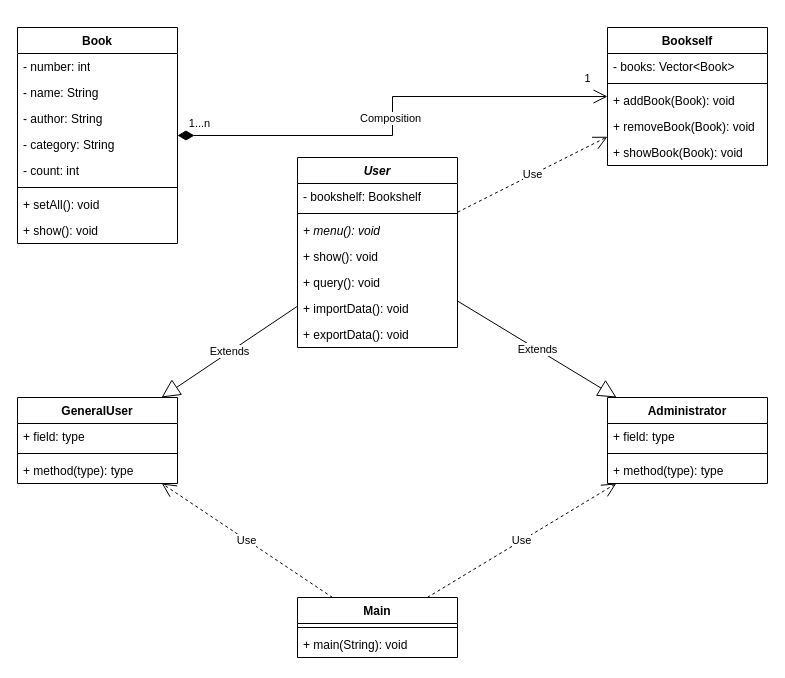
Earlier version of the draw.io diagram diagram/classes.drawio (I0me0I/Library-Manager-Java). Source tidied: cells renumbered, new cells numbered last; positions are measured from the earlier drawing's top-left corner, leaving out a move shared by most shapes. Both pictures are drawn from the tidied source at 100%, with x=0, y=0 at pixel (17, 27).
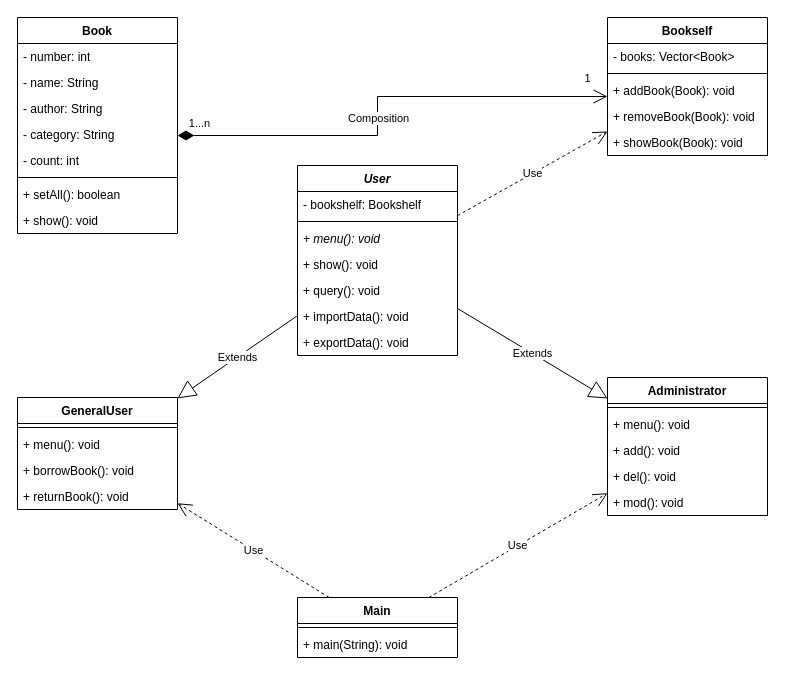
The same diagram, later.

What changed in the source:
```diff
@@
     <mxCell id="2" value="Administrator" style="swimlane;fontStyle=1;align=center;verticalAlign=top;horizontal=1;startSize=26;whiteSpace=wrap;html=1;" parent="1" vertex="1">
-      <mxGeometry x="590" y="370" width="160" height="86" as="geometry" />
+      <mxGeometry x="590" y="350" width="160" height="138" as="geometry" />
     </mxCell>
-    <mxCell id="3" value="+ field: type" style="text;strokeColor=none;fillColor=none;align=left;verticalAlign=top;spacingLeft=4;spacingRight=4;overflow=hidden;whiteSpace=wrap;html=1;" parent="2" vertex="1">
-      <mxGeometry y="26" width="160" height="26" as="geometry" />
-    </mxCell>
     <mxCell id="4" style="line;strokeWidth=1;fillColor=none;align=left;verticalAlign=middle;spacingTop=-1;spacingLeft=3;spacingRight=3;labelPosition=right;strokeColor=inherit;" parent="2" vertex="1">
-      <mxGeometry y="52" width="160" height="8" as="geometry" />
+      <mxGeometry y="26" width="160" height="8" as="geometry" />
     </mxCell>
-    <mxCell id="5" value="+ method(type): type" style="text;strokeColor=none;fillColor=none;align=left;verticalAlign=top;spacingLeft=4;spacingRight=4;overflow=hidden;whiteSpace=wrap;html=1;" parent="2" vertex="1">
-      <mxGeometry y="60" width="160" height="26" as="geometry" />
+    <mxCell id="5" value="+ menu(): void" style="text;strokeColor=none;fillColor=none;align=left;verticalAlign=top;spacingLeft=4;spacingRight=4;overflow=hidden;whiteSpace=wrap;html=1;" parent="2" vertex="1">
+      <mxGeometry y="34" width="160" height="26" as="geometry" />
     </mxCell>
+    <mxCell id="44" value="+ add(): void" style="text;strokeColor=none;fillColor=none;align=left;verticalAlign=top;spacingLeft=4;spacingRight=4;overflow=hidden;whiteSpace=wrap;html=1;" parent="2" vertex="1">
+      <mxGeometry y="60" width="160" height="26" as="geometry" />
+    </mxCell>
+    <mxCell id="45" value="+ del(): void" style="text;strokeColor=none;fillColor=none;align=left;verticalAlign=top;spacingLeft=4;spacingRight=4;overflow=hidden;whiteSpace=wrap;html=1;" parent="2" vertex="1">
+      <mxGeometry y="86" width="160" height="26" as="geometry" />
+    </mxCell>
+    <mxCell id="46" value="+ mod(): void" style="text;strokeColor=none;fillColor=none;align=left;verticalAlign=top;spacingLeft=4;spacingRight=4;overflow=hidden;whiteSpace=wrap;html=1;" parent="2" vertex="1">
+      <mxGeometry y="112" width="160" height="26" as="geometry" />
+    </mxCell>
     <mxCell id="6" value="Book" style="swimlane;fontStyle=1;align=center;verticalAlign=top;horizontal=1;startSize=26;whiteSpace=wrap;html=1;" parent="1" vertex="1">
-      <mxGeometry width="160" height="216" as="geometry" />
+      <mxGeometry y="-10" width="160" height="216" as="geometry" />
     </mxCell>
@@
-    <mxCell id="13" value="+ setAll(): void" style="text;strokeColor=none;fillColor=none;align=left;verticalAlign=top;spacingLeft=4;spacingRight=4;overflow=hidden;whiteSpace=wrap;html=1;" parent="6" vertex="1">
+    <mxCell id="13" value="+ setAll(): boolean" style="text;strokeColor=none;fillColor=none;align=left;verticalAlign=top;spacingLeft=4;spacingRight=4;overflow=hidden;whiteSpace=wrap;html=1;" parent="6" vertex="1">
       <mxGeometry y="164" width="160" height="26" as="geometry" />
     </mxCell>
@@
     <mxCell id="15" value="GeneralUser" style="swimlane;fontStyle=1;align=center;verticalAlign=top;horizontal=1;startSize=26;whiteSpace=wrap;html=1;" parent="1" vertex="1">
-      <mxGeometry y="370" width="160" height="86" as="geometry" />
+      <mxGeometry y="370" width="160" height="112" as="geometry" />
     </mxCell>
-    <mxCell id="16" value="+ field: type" style="text;strokeColor=none;fillColor=none;align=left;verticalAlign=top;spacingLeft=4;spacingRight=4;overflow=hidden;whiteSpace=wrap;html=1;" parent="15" vertex="1">
-      <mxGeometry y="26" width="160" height="26" as="geometry" />
-    </mxCell>
     <mxCell id="17" style="line;strokeWidth=1;fillColor=none;align=left;verticalAlign=middle;spacingTop=-1;spacingLeft=3;spacingRight=3;labelPosition=right;strokeColor=inherit;" parent="15" vertex="1">
-      <mxGeometry y="52" width="160" height="8" as="geometry" />
+      <mxGeometry y="26" width="160" height="8" as="geometry" />
     </mxCell>
-    <mxCell id="18" value="+ method(type): type" style="text;strokeColor=none;fillColor=none;align=left;verticalAlign=top;spacingLeft=4;spacingRight=4;overflow=hidden;whiteSpace=wrap;html=1;" parent="15" vertex="1">
-      <mxGeometry y="60" width="160" height="26" as="geometry" />
+    <mxCell id="18" value="+ menu(): void" style="text;strokeColor=none;fillColor=none;align=left;verticalAlign=top;spacingLeft=4;spacingRight=4;overflow=hidden;whiteSpace=wrap;html=1;" parent="15" vertex="1">
+      <mxGeometry y="34" width="160" height="26" as="geometry" />
     </mxCell>
+    <mxCell id="47" value="+ borrowBook(): void" style="text;strokeColor=none;fillColor=none;align=left;verticalAlign=top;spacingLeft=4;spacingRight=4;overflow=hidden;whiteSpace=wrap;html=1;" parent="15" vertex="1">
+      <mxGeometry y="60" width="160" height="26" as="geometry" />
+    </mxCell>
+    <mxCell id="48" value="+ returnBook(): void" style="text;strokeColor=none;fillColor=none;align=left;verticalAlign=top;spacingLeft=4;spacingRight=4;overflow=hidden;whiteSpace=wrap;html=1;" parent="15" vertex="1">
+      <mxGeometry y="86" width="160" height="26" as="geometry" />
+    </mxCell>
     <mxCell id="19" value="Bookself" style="swimlane;fontStyle=1;align=center;verticalAlign=top;horizontal=1;startSize=26;whiteSpace=wrap;html=1;" parent="1" vertex="1">
-      <mxGeometry x="590" width="160" height="138" as="geometry" />
+      <mxGeometry x="590" y="-10" width="160" height="138" as="geometry" />
     </mxCell>
@@
     <mxCell id="25" value="&lt;i&gt;User&lt;/i&gt;" style="swimlane;fontStyle=1;align=center;verticalAlign=top;horizontal=1;startSize=26;whiteSpace=wrap;html=1;" parent="1" vertex="1">
-      <mxGeometry x="280" y="130" width="160" height="190" as="geometry" />
+      <mxGeometry x="280" y="138" width="160" height="190" as="geometry" />
     </mxCell>
@@
     <mxCell id="35" value="Composition" style="endArrow=open;html=1;endSize=12;startArrow=diamondThin;startSize=14;startFill=1;edgeStyle=orthogonalEdgeStyle;align=left;verticalAlign=bottom;rounded=0;" parent="1" edge="1" source="6" target="19">
-      <mxGeometry x="-0.23" y="8" relative="1" as="geometry" />
+      <mxGeometry x="-0.28" y="8" relative="1" as="geometry">
+        <Array as="points">
+          <mxPoint x="360" y="108" />
+          <mxPoint x="360" y="69" />
+        </Array>
+      </mxGeometry>
     </mxCell>
```
